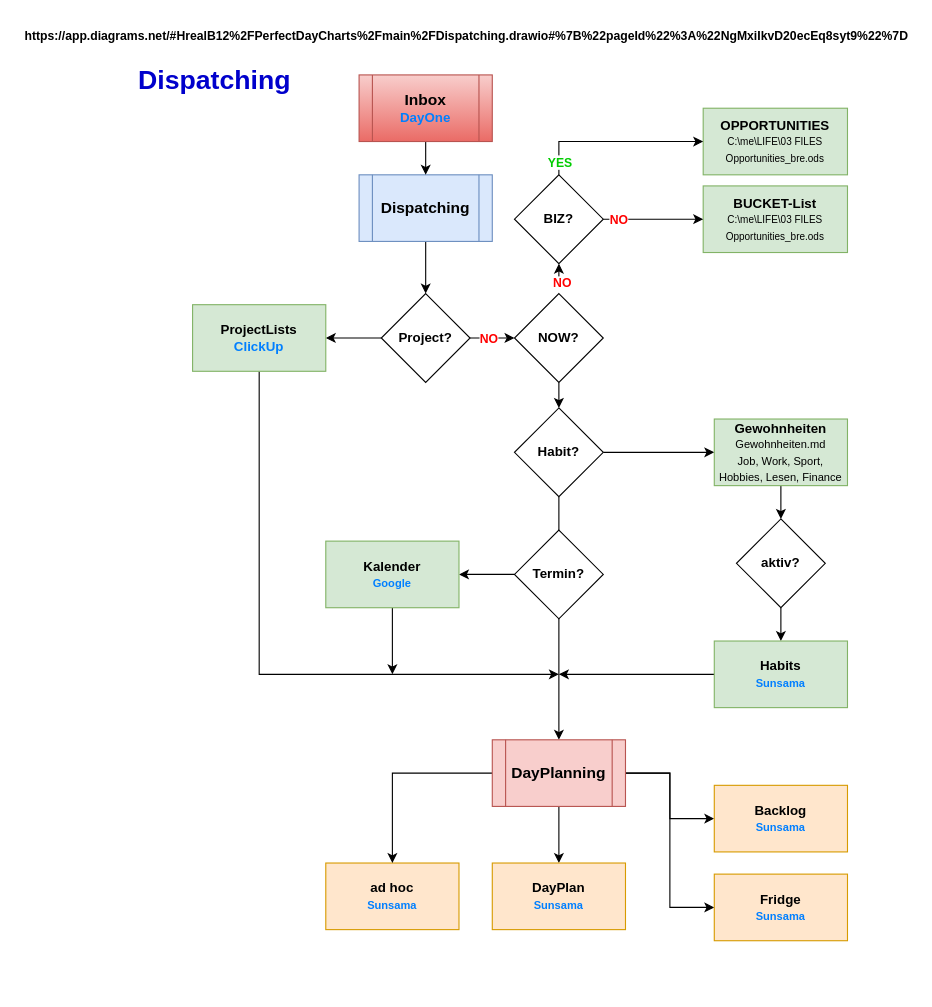
Before: Dispatching.drawio in realB12/PerfectDayCharts, a draw.io diagram. Source tidied: cells renumbered, new cells numbered last; positions are measured from the earlier drawing's top-left corner, leaving out a move shared by most shapes. Both pictures are drawn from the tidied source at 111%, with x=0, y=0 at pixel (19, 19). Pictures stored in the file or linked from it are replaced by grey dashed boxes.
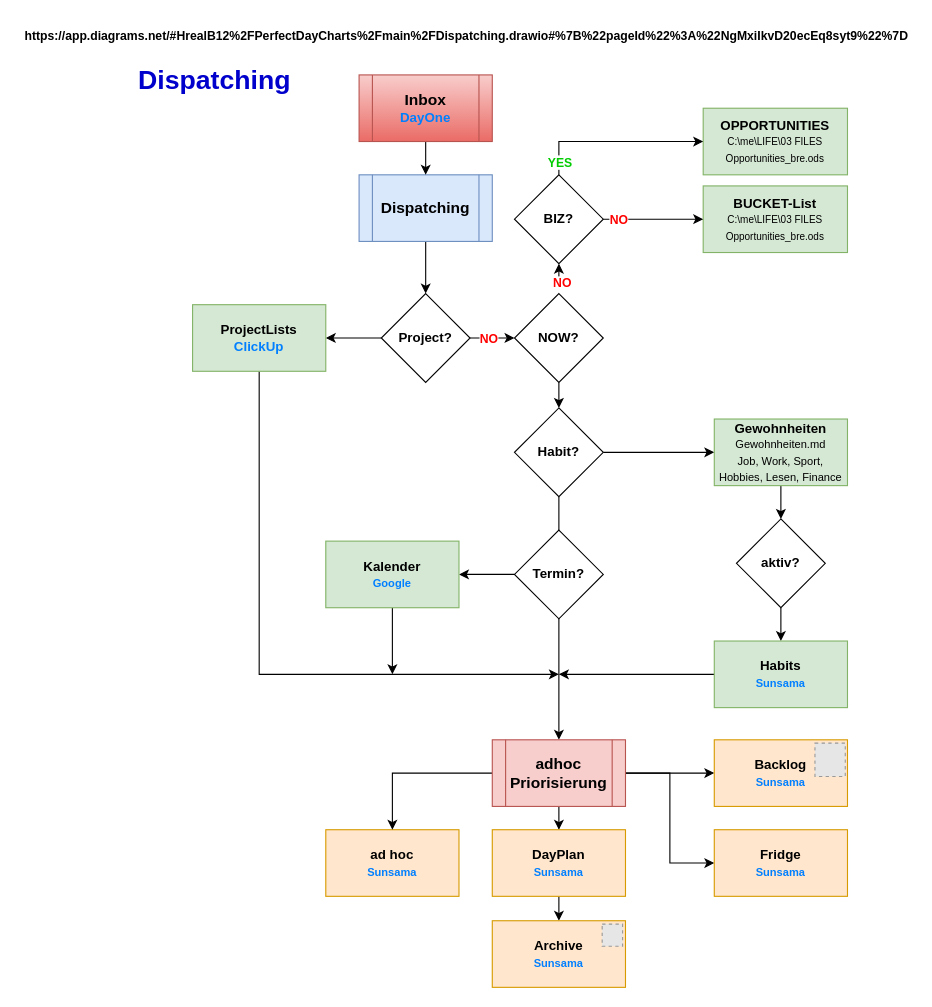
After the change.

Commit message:
Priorisierung eingeführt

What changed in the source:
```diff
@@
     <mxCell id="29" value="&lt;b&gt;ad hoc&lt;br&gt;&lt;/b&gt;&lt;div&gt;&lt;b style=&quot;color: rgb(0, 127, 255); font-size: x-small;&quot;&gt;Sunsama&lt;/b&gt;&lt;br&gt;&lt;/div&gt;" style="rounded=0;whiteSpace=wrap;html=1;fillColor=#ffe6cc;strokeColor=#d79b00;labelBackgroundColor=none;" parent="1" vertex="1">
-      <mxGeometry x="276" y="760" width="120" height="60" as="geometry" />
+      <mxGeometry x="276" y="730" width="120" height="60" as="geometry" />
     </mxCell>
@@
-    <mxCell id="34" value="&lt;font style=&quot;font-size: 14px;&quot;&gt;&lt;b&gt;DayPlanning&lt;/b&gt;&lt;/font&gt;" style="shape=process;whiteSpace=wrap;html=1;backgroundOutline=1;fillColor=#f8cecc;strokeColor=#b85450;" parent="1" vertex="1">
+    <mxCell id="34" value="&lt;span style=&quot;font-size: 14px;&quot;&gt;&lt;b&gt;adhoc&lt;br&gt;Priorisierung&lt;/b&gt;&lt;/span&gt;" style="shape=process;whiteSpace=wrap;html=1;backgroundOutline=1;fillColor=#f8cecc;strokeColor=#b85450;" parent="1" vertex="1">
       <mxGeometry x="426" y="649" width="120" height="60" as="geometry" />
     </mxCell>
     <mxCell id="35" value="&lt;b&gt;Fridge&lt;/b&gt;&lt;br&gt;&lt;font color=&quot;#007fff&quot; size=&quot;1&quot;&gt;&lt;b&gt;Sunsama&lt;/b&gt;&lt;/font&gt;" style="rounded=0;whiteSpace=wrap;html=1;fillColor=#ffe6cc;strokeColor=#d79b00;labelBackgroundColor=none;" parent="1" vertex="1">
-      <mxGeometry x="626" y="770" width="120" height="60" as="geometry" />
+      <mxGeometry x="626" y="730" width="120" height="60" as="geometry" />
     </mxCell>
     <mxCell id="36" value="&lt;b&gt;Backlog&lt;/b&gt;&lt;br&gt;&lt;font color=&quot;#007fff&quot; size=&quot;1&quot;&gt;&lt;b&gt;Sunsama&lt;/b&gt;&lt;/font&gt;" style="rounded=0;whiteSpace=wrap;html=1;fillColor=#ffe6cc;strokeColor=#d79b00;labelBackgroundColor=none;" parent="1" vertex="1">
-      <mxGeometry x="626" y="690" width="120" height="60" as="geometry" />
+      <mxGeometry x="626" y="649" width="120" height="60" as="geometry" />
     </mxCell>
+    <mxCell id="47" style="fillColor=#E6E6E6;strokeColor=#999999;dashed=1;verticalLabelPosition=bottom;labelBackgroundColor=default;verticalAlign=top;" parent="36" vertex="1">
+      <mxGeometry x="90.7" y="3" width="27.3" height="30" as="geometry" />
+    </mxCell>
@@
+    <mxCell id="48" style="edgeStyle=orthogonalEdgeStyle;rounded=0;jettySize=auto;html=1;entryX=0.5;entryY=0;entryDx=0;entryDy=0;" parent="1" edge="1" source="46" target="50">
+      <mxGeometry relative="1" as="geometry" />
+    </mxCell>
     <mxCell id="46" value="&lt;b&gt;DayPlan&lt;/b&gt;&lt;br&gt;&lt;font color=&quot;#007fff&quot; size=&quot;1&quot;&gt;&lt;b&gt;Sunsama&lt;/b&gt;&lt;/font&gt;" style="rounded=0;whiteSpace=wrap;html=1;fillColor=#ffe6cc;strokeColor=#d79b00;labelBackgroundColor=none;" parent="1" vertex="1">
-      <mxGeometry x="426" y="760" width="120" height="60" as="geometry" />
+      <mxGeometry x="426" y="730" width="120" height="60" as="geometry" />
     </mxCell>
+    <mxCell id="49" style="group;" parent="1" vertex="1">
+      <mxGeometry x="426" y="812" width="120" height="60" as="geometry" />
+    </mxCell>
+    <mxCell id="50" value="&lt;b&gt;Archive&lt;/b&gt;&lt;br&gt;&lt;font color=&quot;#007fff&quot; size=&quot;1&quot;&gt;&lt;b&gt;Sunsama&lt;/b&gt;&lt;/font&gt;" style="rounded=0;whiteSpace=wrap;html=1;fillColor=#ffe6cc;strokeColor=#d79b00;labelBackgroundColor=none;" parent="49" vertex="1">
+      <mxGeometry width="120" height="60" as="geometry" />
+    </mxCell>
+    <mxCell id="51" style="fillColor=#E6E6E6;strokeColor=#999999;dashed=1;verticalLabelPosition=bottom;labelBackgroundColor=default;verticalAlign=top;" parent="49" vertex="1">
+      <mxGeometry x="99" y="3" width="18.4" height="20" as="geometry" />
+    </mxCell>
```
